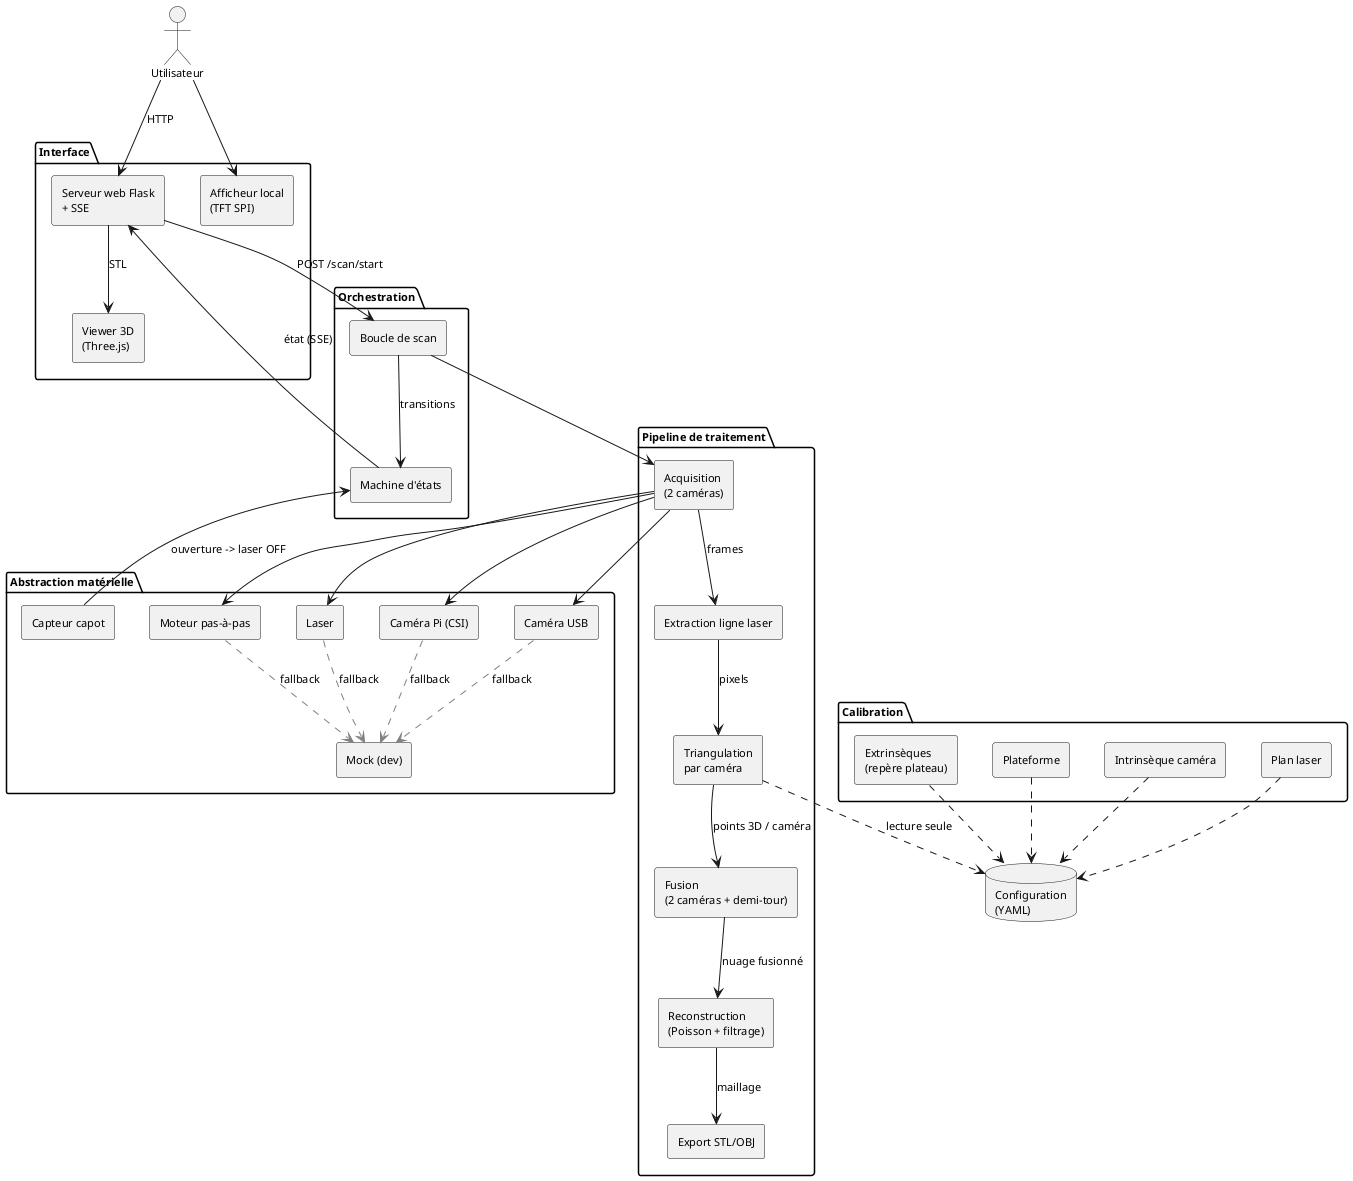
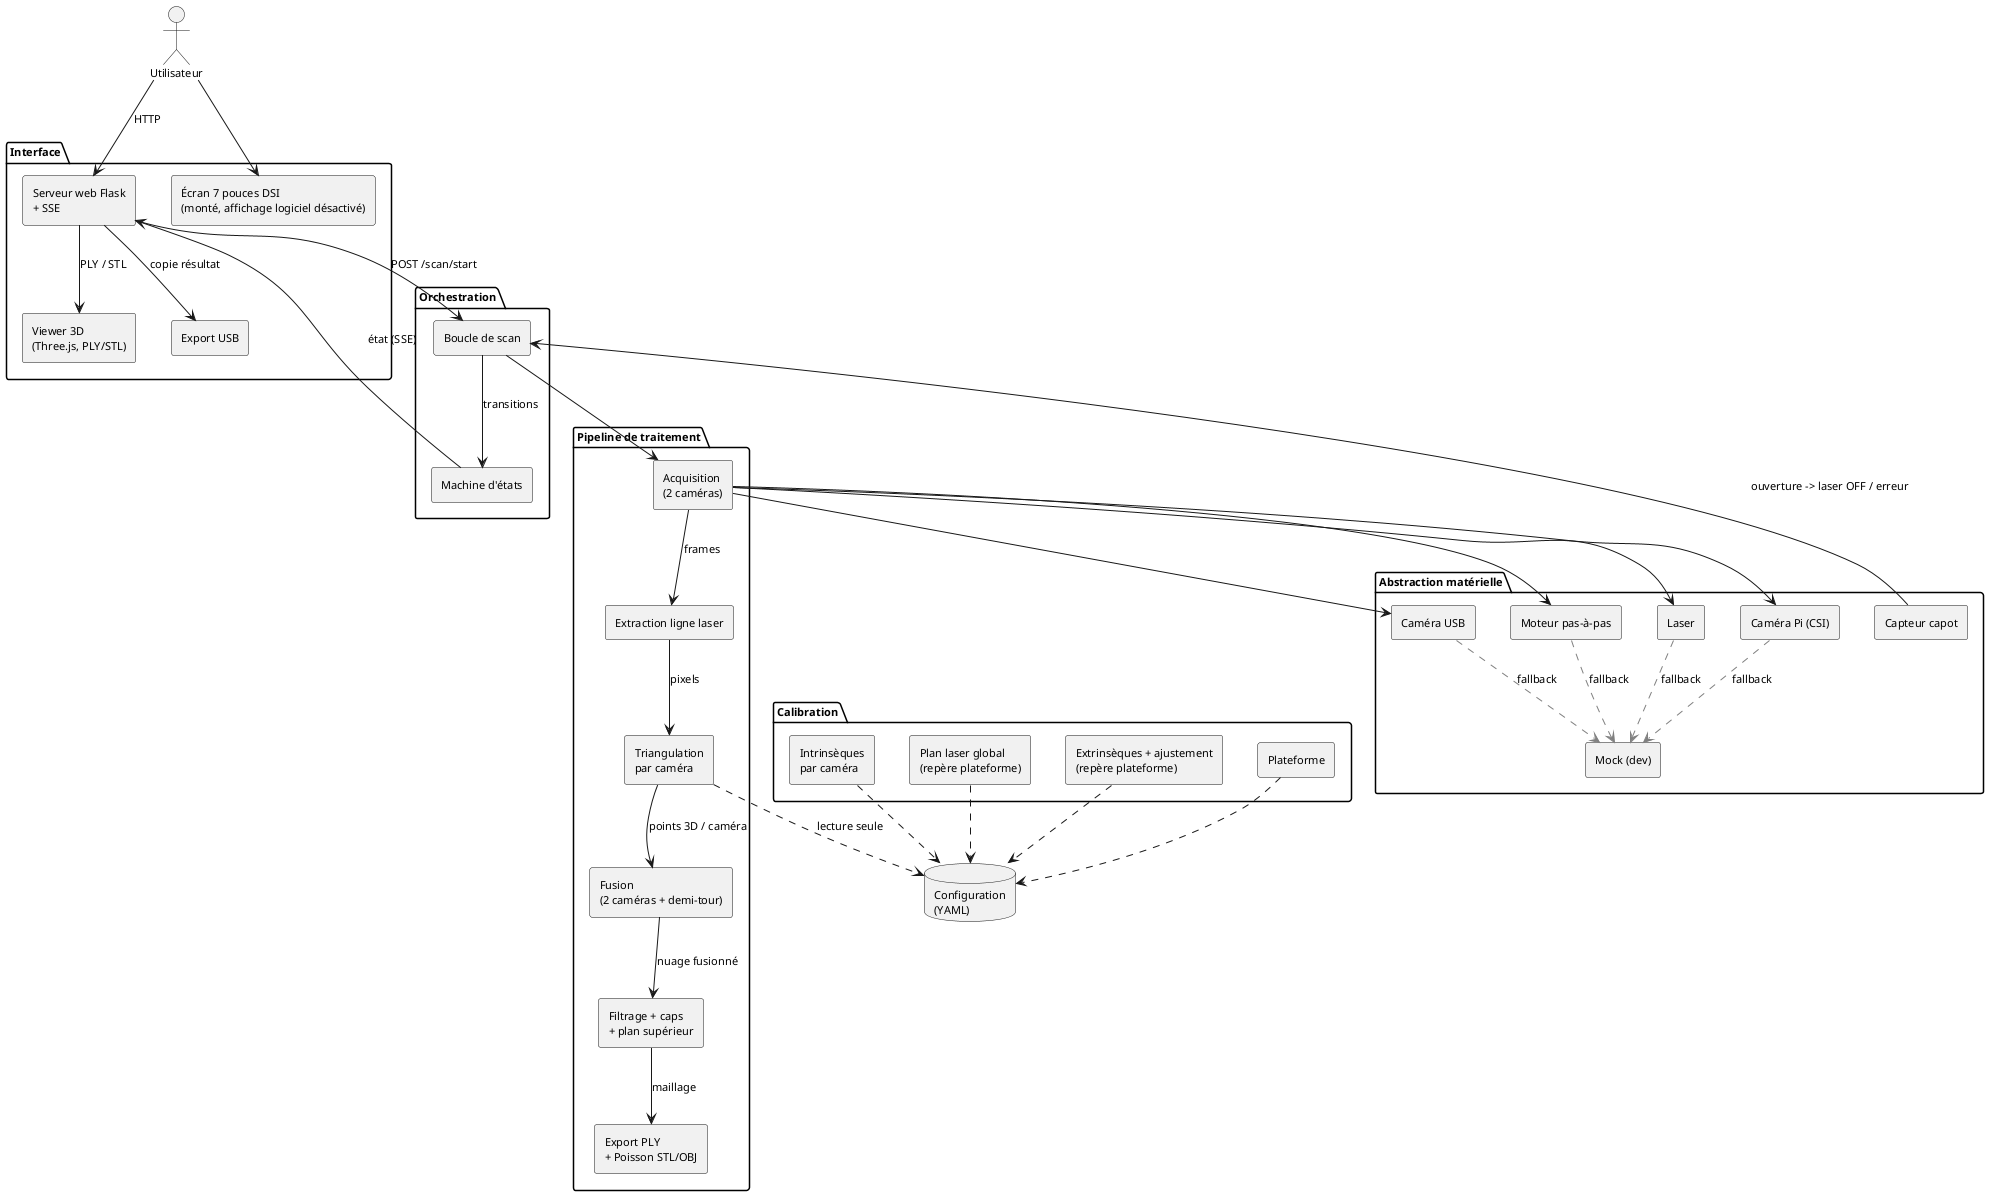
@startuml architecture_composants
' Diagramme de composants — architecture logicielle du Scanner 3D
' Rendu : plantuml -tpdf architecture_composants.puml

skinparam componentStyle rectangle
skinparam shadowing false
skinparam defaultFontName Latin Modern Roman
skinparam defaultFontSize 11


actor "Utilisateur" as user

package "Interface" {
  [Serveur web Flask\n+ SSE] as web
-   [Viewer 3D\n(Three.js)] as viewer
-   [Afficheur local\n(TFT SPI)] as display
+   [Viewer 3D\n(Three.js, PLY/STL)] as viewer
+   [Écran 7 pouces DSI\n(monté, affichage logiciel désactivé)] as display
+   [Export USB] as usb
}

package "Orchestration" {
  [Machine d'états] as fsm
  [Boucle de scan] as scan
}

package "Pipeline de traitement" {
  [Acquisition\n(2 caméras)] as acq
  [Extraction ligne laser] as line
  [Triangulation\npar caméra] as tri
  [Fusion\n(2 caméras + demi-tour)] as fuse
-   [Reconstruction\n(Poisson + filtrage)] as recon
-   [Export STL/OBJ] as export
+   [Filtrage + caps\n+ plan supérieur] as recon
+   [Export PLY\n+ Poisson STL/OBJ] as export
}

package "Calibration" {
-   [Intrinsèque caméra] as calib_cam
-   [Plan laser] as calib_laser
-   [Extrinsèques\n(repère plateau)] as calib_ext
+   [Intrinsèques\npar caméra] as calib_cam
+   [Plan laser global\n(repère plateforme)] as calib_laser
+   [Extrinsèques + ajustement\n(repère plateforme)] as calib_ext
  [Plateforme] as calib_plat
}

package "Abstraction matérielle" {
  [Caméra Pi (CSI)] as hw_cam
  [Caméra USB] as hw_usb
  [Moteur pas-à-pas] as hw_motor
  [Laser] as hw_laser
  [Capteur capot] as hw_door
  [Mock (dev)] as hw_mock
}

database "Configuration\n(YAML)" as cfg

user --> web : HTTP
user --> display
- web --> viewer : STL
+ web --> viewer : PLY / STL
+ web --> usb : copie résultat
web --> scan : POST /scan/start
web <-- fsm : état (SSE)
scan --> fsm : transitions
scan --> acq
acq --> hw_motor
acq --> hw_laser
acq --> hw_cam
acq --> hw_usb
acq --> line : frames
line --> tri : pixels
tri --> fuse : points 3D / caméra
fuse --> recon : nuage fusionné
recon --> export : maillage
- hw_door --> fsm : ouverture -> laser OFF
+ hw_door --> scan : ouverture -> laser OFF / erreur
calib_cam ..> cfg
calib_laser ..> cfg
calib_ext ..> cfg
calib_plat ..> cfg
tri ..> cfg : lecture seule
hw_cam .[#gray].> hw_mock : fallback
hw_usb .[#gray].> hw_mock : fallback
hw_motor .[#gray].> hw_mock : fallback
hw_laser .[#gray].> hw_mock : fallback

@enduml
